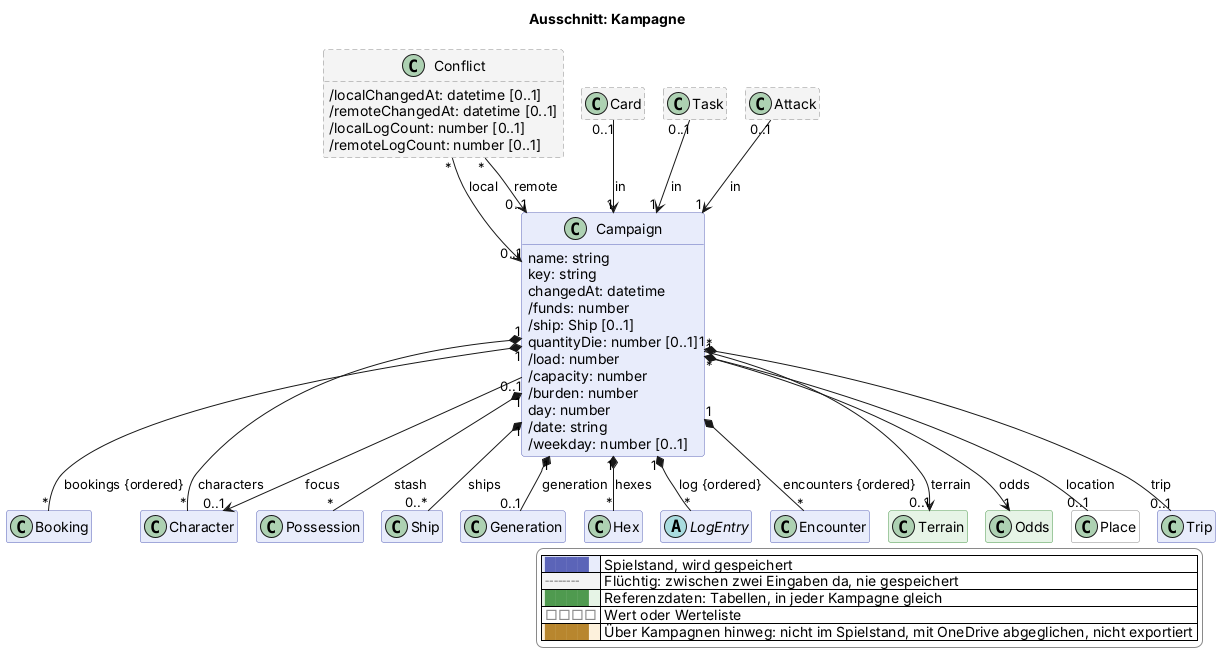
Earlier version of the PlantUML export docs/views/kampagne.png (scuzzar/SRE).
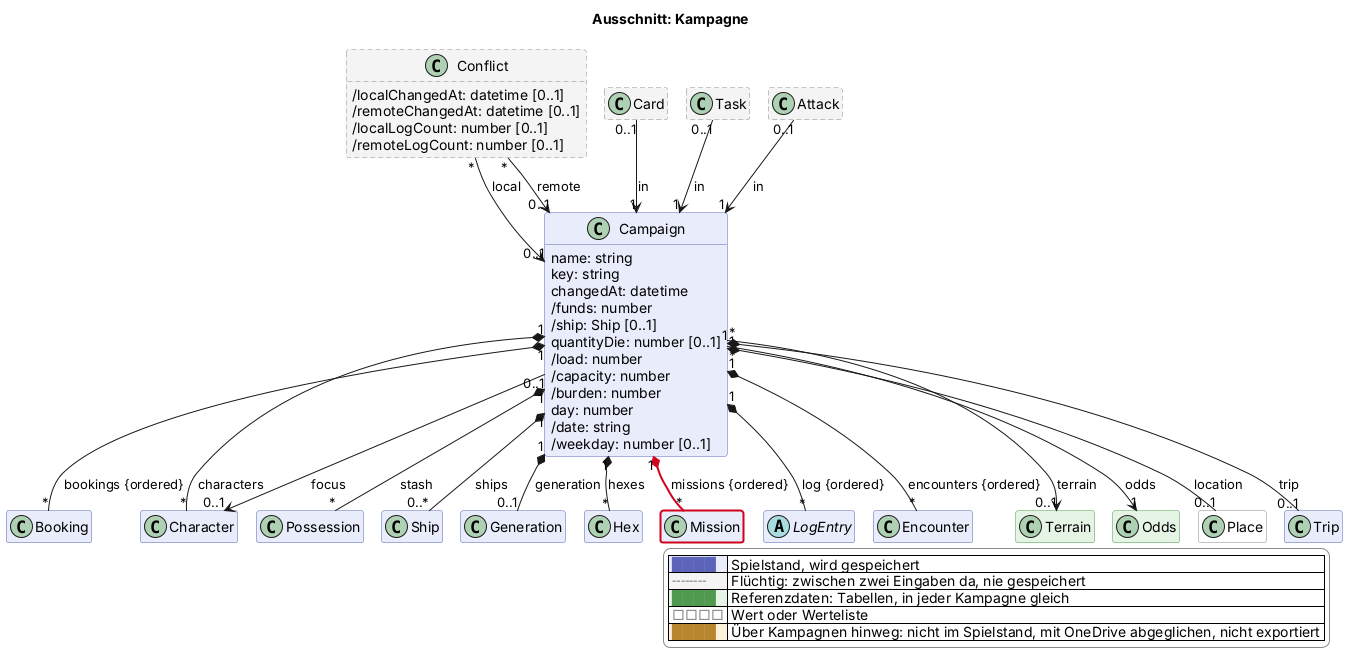
Above is the later version.

The edit, as a diff of the source:
```diff
@@ -93,6 +93,8 @@
 
   class Hex $sektor
 
+  class Mission $mission $newClass("2026-11-18")
+
   abstract class LogEntry $probe
 
 
@@ -125,6 +127,7 @@
 
 
 Campaign "1" *-- "0..1" Generation : generation
+Campaign "1" *-$newArrow("2026-11-18")- "*" Mission : missions {ordered}
 
 
 Campaign "1" *-- "*" Hex : hexes
```
